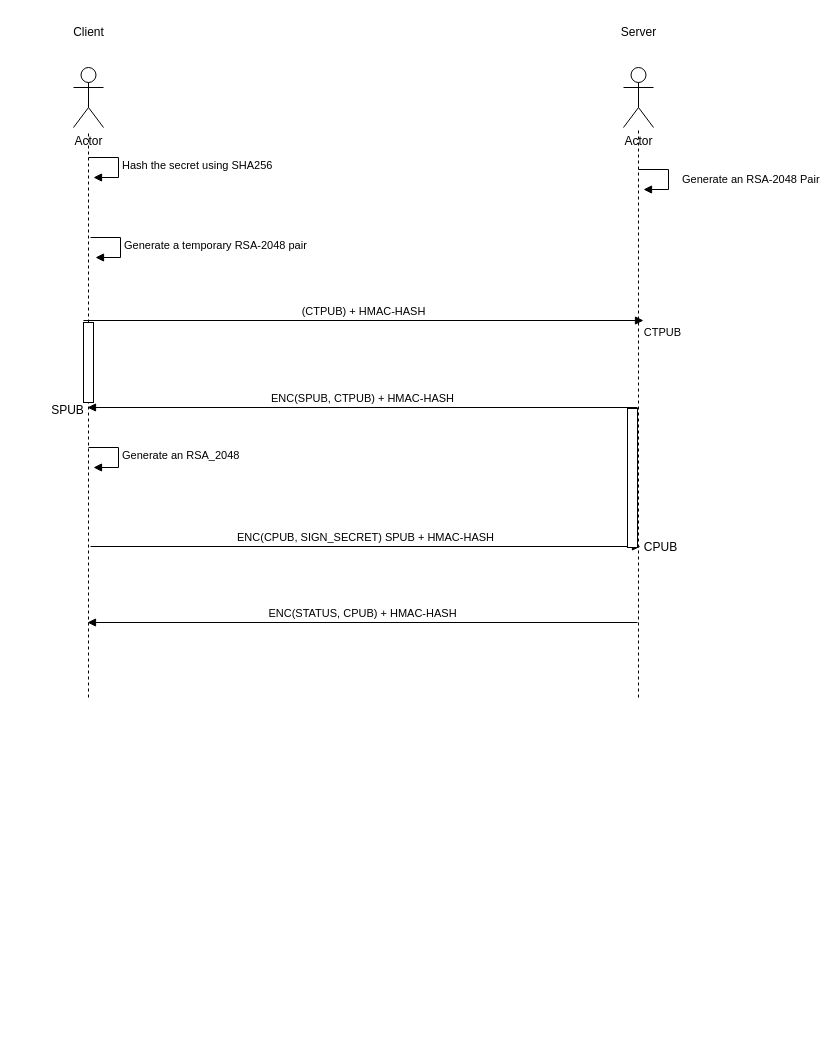
nkkyviv/Security keeps this draw.io diagram as docs/project.drawio. Above is the earlier version. Source tidied: cells renumbered, new cells numbered last; positions are measured from the earlier drawing's top-left corner, leaving out a move shared by most shapes. Both pictures are drawn from the tidied source at 100%, with x=0, y=0 at pixel (37, 17).
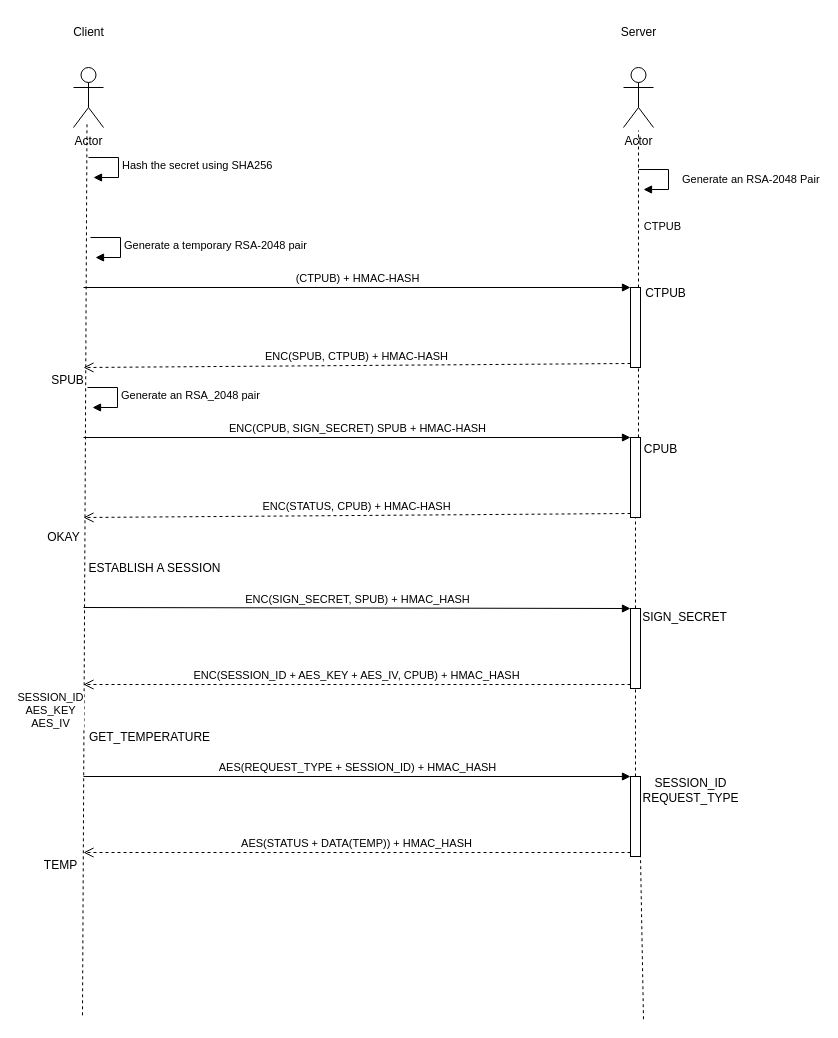
After the change.

Diff of the diagram source:
```diff
@@
-    <mxCell id="6" style="endArrow=none;dashed=1;html=1;" parent="1" edge="1">
+    <mxCell id="6" style="endArrow=none;dashed=1;html=1;startArrow=none;" parent="1" edge="1" source="27">
       <mxGeometry relative="1" as="geometry">
-        <mxPoint x="601" y="680" as="sourcePoint" />
         <mxPoint x="601" y="113" as="targetPoint" />
       </mxGeometry>
     </mxCell>
@@
-    <mxCell id="8" style="endArrow=none;dashed=1;html=1;startArrow=none;" parent="1" edge="1" source="19">
+    <mxCell id="8" style="endArrow=none;dashed=1;html=1;startArrow=none;" parent="1" edge="1">
       <mxGeometry relative="1" as="geometry">
-        <mxPoint x="51" y="113" as="targetPoint" />
+        <mxPoint x="45" y="997.8" as="sourcePoint" />
+        <mxPoint x="49.5" y="106.5" as="targetPoint" />
       </mxGeometry>
     </mxCell>
@@
+    <mxCell id="14" value="SPUB" style="text;html=1;align=center;verticalAlign=middle;strokeColor=none;fillColor=none;" parent="1" vertex="1">
+      <mxGeometry y="348" width="60" height="30" as="geometry" />
+    </mxCell>
+    <mxCell id="17" value="CPUB" style="text;html=1;align=center;verticalAlign=middle;strokeColor=none;fillColor=none;" parent="1" vertex="1">
+      <mxGeometry x="593" y="417" width="60" height="30" as="geometry" />
+    </mxCell>
+    <mxCell id="22" value="ESTABLISH A SESSION" style="text;html=1;align=center;verticalAlign=middle;strokeColor=none;fillColor=none;" parent="1" vertex="1">
+      <mxGeometry x="37" y="536" width="160" height="30" as="geometry" />
+    </mxCell>
+    <mxCell id="23" value="OKAY" style="text;html=1;align=center;verticalAlign=middle;strokeColor=none;fillColor=none;" parent="1" vertex="1">
+      <mxGeometry x="-4" y="505" width="60" height="30" as="geometry" />
+    </mxCell>
+    <mxCell id="13" value="(CTPUB) + HMAC-HASH" style="html=1;verticalAlign=bottom;endArrow=block;entryX=0;entryY=0;" parent="1" edge="1" target="24">
+      <mxGeometry relative="1" as="geometry">
+        <mxPoint x="46" y="270" as="sourcePoint" />
+      </mxGeometry>
+    </mxCell>
-    <mxCell id="12" value="ENC(SPUB, CTPUB) + HMAC-HASH" style="html=1;verticalAlign=bottom;endArrow=block;" parent="1" edge="1">
+    <mxCell id="12" value="ENC(SPUB, CTPUB) + HMAC-HASH" style="html=1;verticalAlign=bottom;endArrow=open;dashed=1;endSize=8;exitX=0;exitY=0.95;" parent="1" edge="1" source="24">
       <mxGeometry relative="1" as="geometry">
-        <mxPoint x="600" y="390" as="sourcePoint" />
-        <mxPoint x="50" y="390" as="targetPoint" />
+        <mxPoint x="46" y="350" as="targetPoint" />
       </mxGeometry>
     </mxCell>
-    <mxCell id="13" value="(CTPUB) + HMAC-HASH" style="html=1;verticalAlign=bottom;endArrow=block;" parent="1" edge="1">
-      <mxGeometry relative="1" as="geometry">
-        <mxPoint x="46" y="303" as="sourcePoint" />
-        <mxPoint x="606" y="303" as="targetPoint" />
-      </mxGeometry>
-    </mxCell>
-    <mxCell id="14" value="SPUB" style="text;html=1;align=center;verticalAlign=middle;strokeColor=none;fillColor=none;" parent="1" vertex="1">
-      <mxGeometry y="378" width="60" height="30" as="geometry" />
-    </mxCell>
-    <mxCell id="15" value="Generate an RSA_2048" style="edgeStyle=orthogonalEdgeStyle;html=1;align=left;spacingLeft=2;endArrow=block;rounded=0;entryX=1;entryY=0;" parent="1" edge="1">
-      <mxGeometry relative="1" as="geometry">
-        <mxPoint x="51" y="430" as="sourcePoint" />
-        <mxPoint x="56" y="450" as="targetPoint" />
-        <Array as="points">
-          <mxPoint x="81" y="430" />
-        </Array>
-      </mxGeometry>
-    </mxCell>
+    <mxCell id="24" style="html=1;points=[];perimeter=orthogonalPerimeter;" parent="1" vertex="1">
+      <mxGeometry x="593" y="270" width="10" height="80" as="geometry" />
+    </mxCell>
+    <mxCell id="25" value="CTPUB" style="text;html=1;align=center;verticalAlign=middle;strokeColor=none;fillColor=none;" parent="1" vertex="1">
+      <mxGeometry x="598" y="261" width="60" height="30" as="geometry" />
+    </mxCell>
-    <mxCell id="16" value="ENC(CPUB, SIGN_SECRET) SPUB + HMAC-HASH" style="html=1;verticalAlign=bottom;endArrow=block;" parent="1" edge="1">
+    <mxCell id="16" value="ENC(CPUB, SIGN_SECRET) SPUB + HMAC-HASH" style="html=1;verticalAlign=bottom;endArrow=block;entryX=0;entryY=0;" parent="1" edge="1" target="27">
       <mxGeometry relative="1" as="geometry">
-        <mxPoint x="53" y="529" as="sourcePoint" />
-        <mxPoint x="603" y="529" as="targetPoint" />
+        <mxPoint x="46" y="420" as="sourcePoint" />
       </mxGeometry>
     </mxCell>
-    <mxCell id="17" value="CPUB" style="text;html=1;align=center;verticalAlign=middle;strokeColor=none;fillColor=none;" parent="1" vertex="1">
-      <mxGeometry x="593" y="515" width="60" height="30" as="geometry" />
-    </mxCell>
-    <mxCell id="18" style="endArrow=none;dashed=1;html=1;" parent="1" edge="1" target="19">
-      <mxGeometry relative="1" as="geometry">
-        <mxPoint x="51" y="680" as="sourcePoint" />
-      </mxGeometry>
-    </mxCell>
-    <mxCell id="19" style="html=1;points=[];perimeter=orthogonalPerimeter;" parent="1" vertex="1">
-      <mxGeometry x="46" y="305" width="10" height="80" as="geometry" />
-    </mxCell>
-    <mxCell id="20" style="html=1;perimeter=orthogonalPerimeter;" parent="1" vertex="1">
-      <mxGeometry x="590" y="391" width="10" height="139" as="geometry" />
-    </mxCell>
-    <mxCell id="21" value="ENC(STATUS, CPUB) + HMAC-HASH" style="html=1;verticalAlign=bottom;endArrow=block;" parent="1" edge="1">
+    <mxCell id="21" value="ENC(STATUS, CPUB) + HMAC-HASH" style="html=1;verticalAlign=bottom;endArrow=open;dashed=1;endSize=8;exitX=0;exitY=0.95;" parent="1" edge="1" source="27">
       <mxGeometry relative="1" as="geometry">
-        <mxPoint x="600" y="605" as="sourcePoint" />
-        <mxPoint x="50" y="605" as="targetPoint" />
+        <mxPoint x="46" y="500" as="targetPoint" />
       </mxGeometry>
     </mxCell>
+    <mxCell id="26" style="endArrow=none;dashed=1;html=1;startArrow=none;" parent="1" edge="1" source="33" target="27">
+      <mxGeometry relative="1" as="geometry" />
+    </mxCell>
+    <mxCell id="27" style="html=1;points=[];perimeter=orthogonalPerimeter;" parent="1" vertex="1">
+      <mxGeometry x="593" y="420" width="10" height="80" as="geometry" />
+    </mxCell>
+    <mxCell id="28" value="Generate an RSA_2048 pair" style="edgeStyle=orthogonalEdgeStyle;html=1;align=left;spacingLeft=2;endArrow=block;rounded=0;entryX=1;entryY=0;" parent="1" edge="1">
+      <mxGeometry relative="1" as="geometry">
+        <mxPoint x="50" y="370" as="sourcePoint" />
+        <mxPoint x="55" y="390" as="targetPoint" />
+        <Array as="points">
+          <mxPoint x="80" y="370" />
+        </Array>
+      </mxGeometry>
+    </mxCell>
+    <mxCell id="29" value="ENC(SIGN_SECRET, SPUB) + HMAC_HASH" style="html=1;verticalAlign=bottom;endArrow=block;entryX=0;entryY=0;" parent="1" edge="1" target="33">
+      <mxGeometry relative="1" as="geometry">
+        <mxPoint x="46" y="590" as="sourcePoint" />
+      </mxGeometry>
+    </mxCell>
+    <mxCell id="30" value="ENC(SESSION_ID + AES_KEY + AES_IV, CPUB) + HMAC_HASH" style="html=1;verticalAlign=bottom;endArrow=open;dashed=1;endSize=8;exitX=0;exitY=0.95;" parent="1" edge="1" source="33">
+      <mxGeometry relative="1" as="geometry">
+        <mxPoint x="46" y="667" as="targetPoint" />
+      </mxGeometry>
+    </mxCell>
+    <mxCell id="31" value="SESSION_ID&lt;br&gt;AES_KEY&lt;br&gt;AES_IV" style="edgeLabel;html=1;align=center;verticalAlign=middle;" parent="30" vertex="1">
+      <mxGeometry x="1" y="18" relative="1" as="geometry">
+        <mxPoint x="-34" y="7" as="offset" />
+      </mxGeometry>
+    </mxCell>
+    <mxCell id="32" style="endArrow=none;dashed=1;html=1;startArrow=none;" parent="1" edge="1" source="38" target="33">
+      <mxGeometry relative="1" as="geometry" />
+    </mxCell>
+    <mxCell id="33" style="html=1;points=[];perimeter=orthogonalPerimeter;" parent="1" vertex="1">
+      <mxGeometry x="593" y="591" width="10" height="80" as="geometry" />
+    </mxCell>
+    <mxCell id="34" value="SIGN_SECRET" style="text;html=1;align=center;verticalAlign=middle;strokeColor=none;fillColor=none;" parent="1" vertex="1">
+      <mxGeometry x="592" y="585" width="110" height="30" as="geometry" />
+    </mxCell>
+    <mxCell id="35" value="AES(REQUEST_TYPE + SESSION_ID) + HMAC_HASH" style="html=1;verticalAlign=bottom;endArrow=block;entryX=0;entryY=0;" parent="1" edge="1" target="38">
+      <mxGeometry relative="1" as="geometry">
+        <mxPoint x="46" y="759" as="sourcePoint" />
+      </mxGeometry>
+    </mxCell>
+    <mxCell id="36" value="AES(STATUS + DATA(TEMP)) + HMAC_HASH" style="html=1;verticalAlign=bottom;endArrow=open;dashed=1;endSize=8;exitX=0;exitY=0.95;" parent="1" edge="1" source="38">
+      <mxGeometry relative="1" as="geometry">
+        <mxPoint x="46" y="835" as="targetPoint" />
+      </mxGeometry>
+    </mxCell>
+    <mxCell id="37" style="endArrow=none;dashed=1;html=1;startArrow=none;" parent="1" edge="1" target="38">
+      <mxGeometry relative="1" as="geometry">
+        <mxPoint x="606" y="1001.7" as="sourcePoint" />
+      </mxGeometry>
+    </mxCell>
+    <mxCell id="38" style="html=1;points=[];perimeter=orthogonalPerimeter;" parent="1" vertex="1">
+      <mxGeometry x="593" y="759" width="10" height="80" as="geometry" />
+    </mxCell>
+    <mxCell id="39" value="GET_TEMPERATURE" style="text;html=1;align=center;verticalAlign=middle;strokeColor=none;fillColor=none;" parent="1" vertex="1">
+      <mxGeometry x="42" y="705" width="140" height="30" as="geometry" />
+    </mxCell>
+    <mxCell id="40" value="SESSION_ID&lt;br&gt;REQUEST_TYPE" style="text;html=1;align=center;verticalAlign=middle;strokeColor=none;fillColor=none;" parent="1" vertex="1">
+      <mxGeometry x="593" y="753" width="120" height="40" as="geometry" />
+    </mxCell>
+    <mxCell id="41" value="TEMP" style="text;html=1;align=center;verticalAlign=middle;strokeColor=none;fillColor=none;" parent="1" vertex="1">
+      <mxGeometry x="-7" y="833" width="60" height="30" as="geometry" />
+    </mxCell>
```
